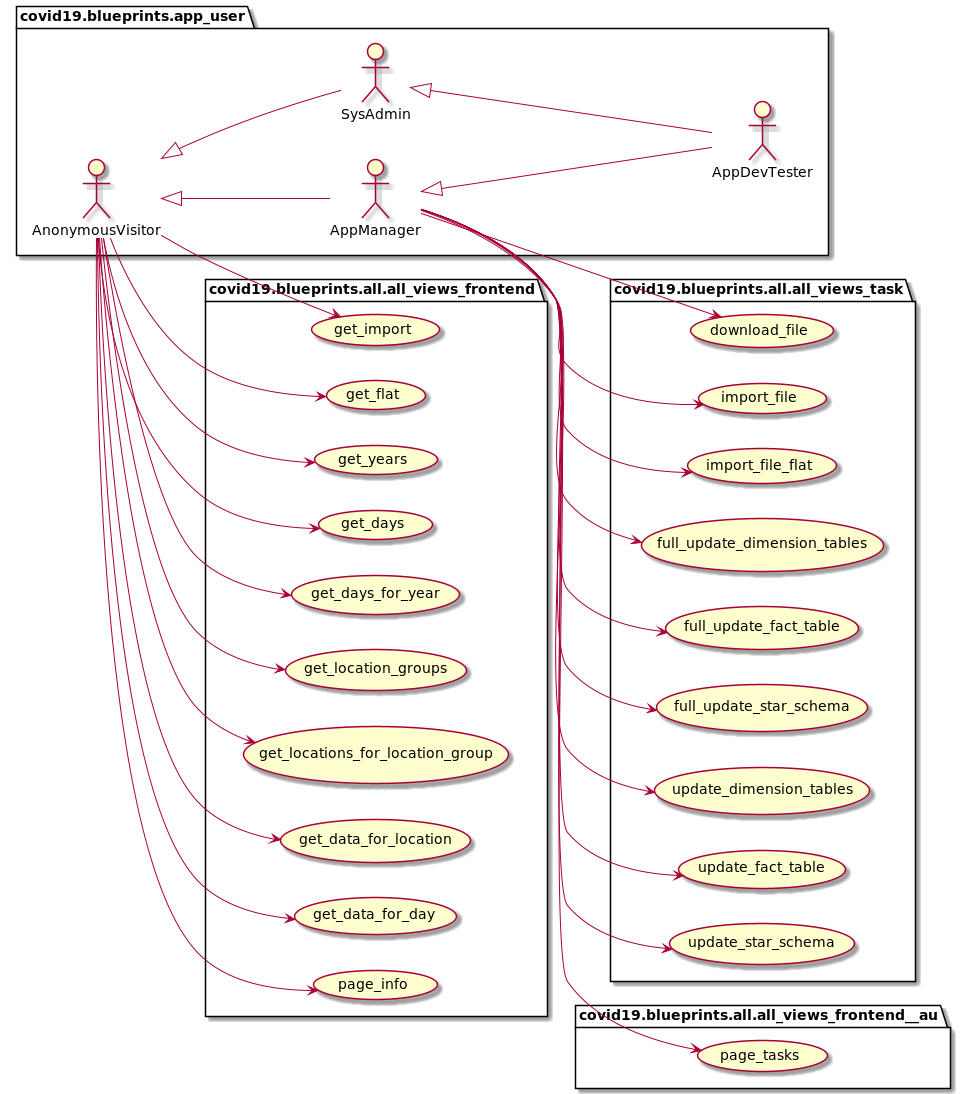
This is docs/uml/data_all/all_use_cases.png from thomaswoehlke/flask_covid19, a PlantUML export, as it was before one commit.
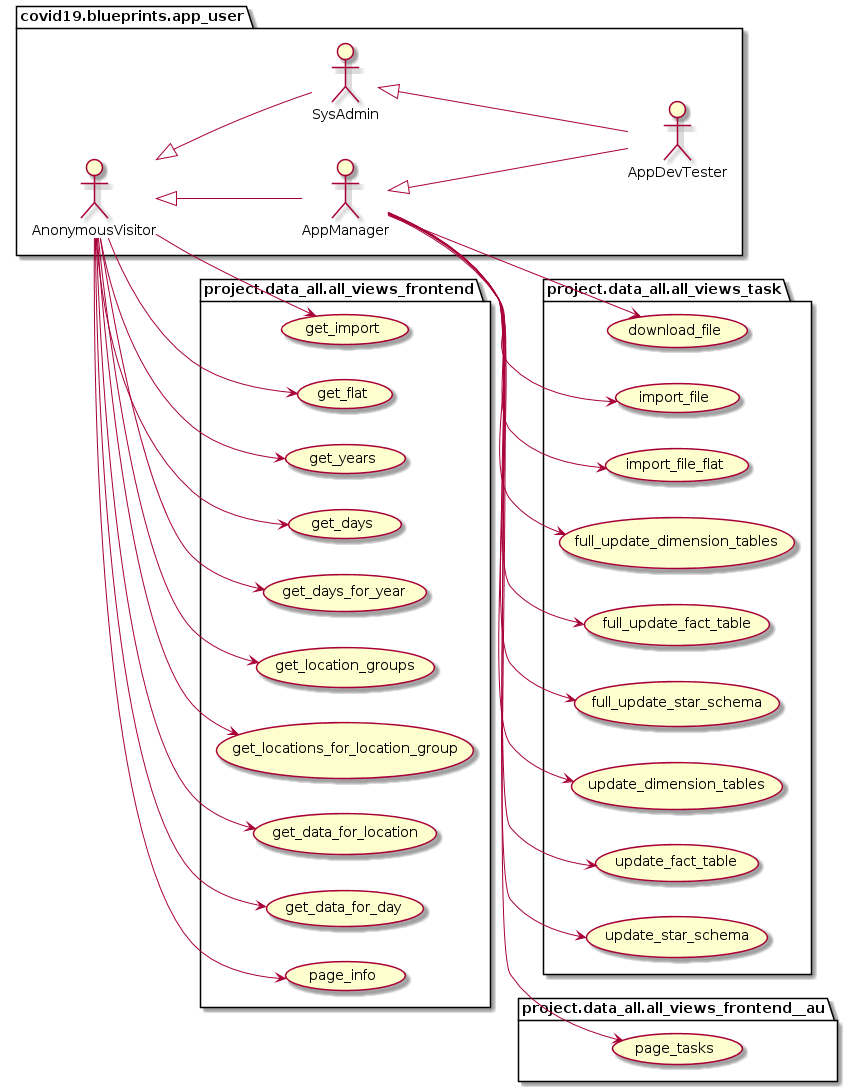
The same file after the commit.

The edit, as a diff of the source:
```diff
@@ -16,7 +16,7 @@
 	au <|-- du
 }
 
-package covid19.blueprints.all.all_views_task {
+package project.data_all.all_views_task {
 	usecase download_file as UC1
 	usecase import_file as UC2
 	usecase import_file_flat as UC3
@@ -38,7 +38,7 @@
 au --> UC21
 au --> UC22
 
-package covid19.blueprints.all.all_views_frontend {
+package project.data_all.all_views_frontend {
 	usecase get_import as UC30
 	usecase get_flat as UC31
 	usecase get_years as UC40
@@ -63,7 +63,7 @@
 
 vu --> UC80
 
-package covid19.blueprints.all.all_views_frontend__au {
+package project.data_all.all_views_frontend__au {
     usecase page_tasks as UC81
 }
 
```
